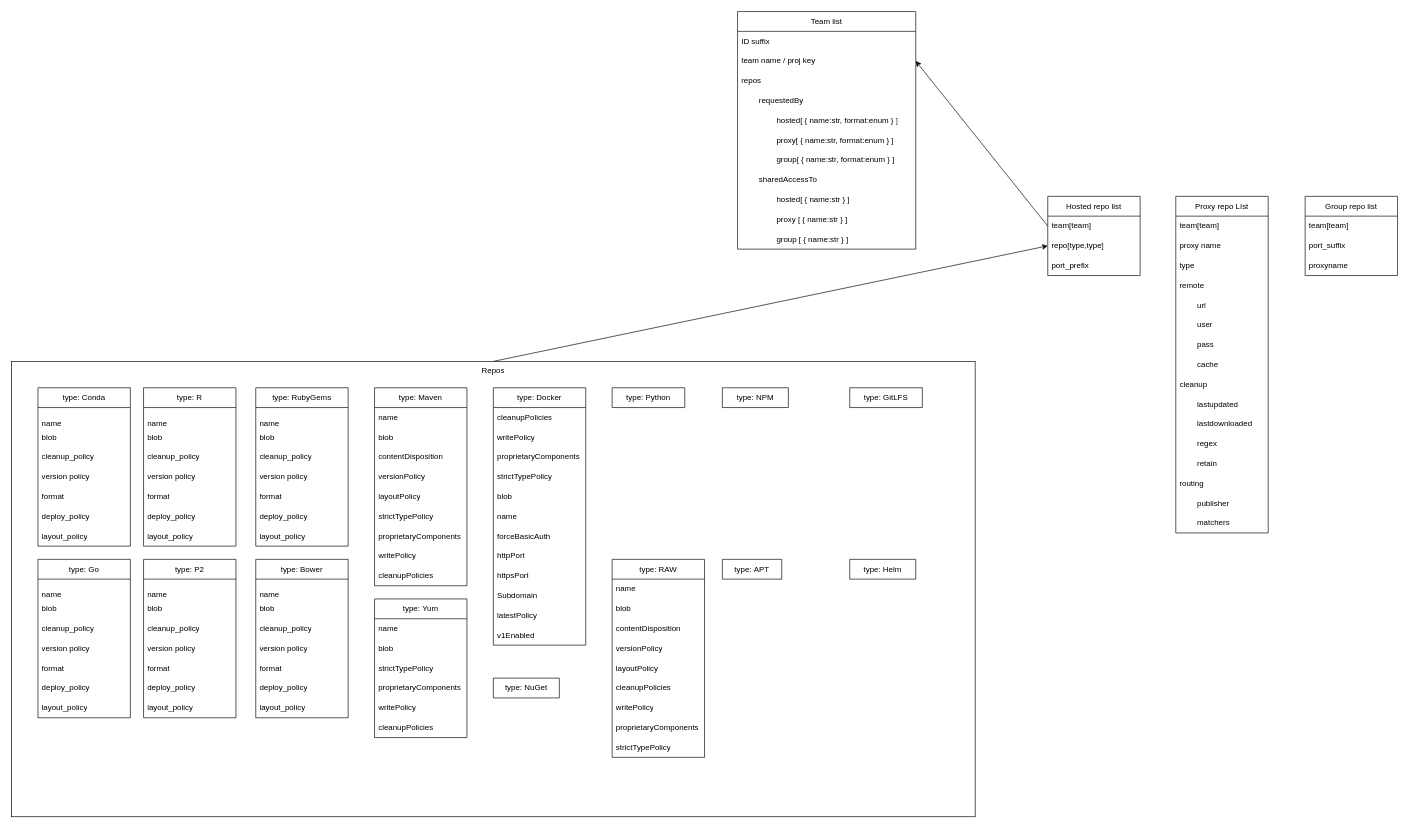
Before: nexus.drawio in CloudKrafter/nexus3-pro, a draw.io diagram. Source tidied: cells renumbered, new cells numbered last; positions are measured from the earlier drawing's top-left corner, leaving out a move shared by most shapes. Both pictures are drawn from the tidied source at 66%, with x=0, y=0 at pixel (11, 11).
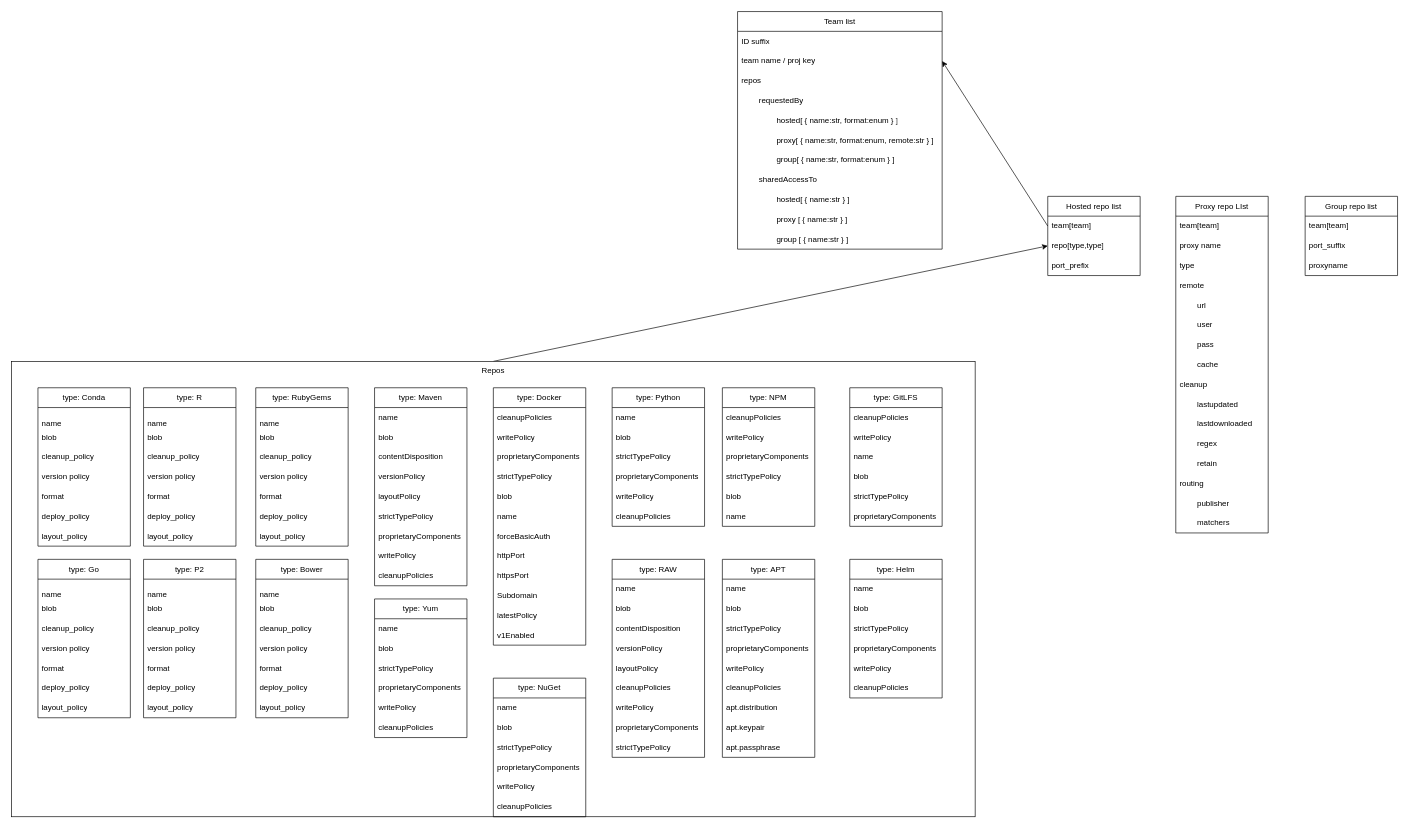
Above is the later version.

Change to the diagram source:
```diff
@@
-    <mxCell id="52" value="type:&amp;nbsp;Python" style="swimlane;fontStyle=0;horizontal=1;startSize=30;whiteSpace=wrap;html=1;" parent="1" vertex="1" collapsed="1">
-      <mxGeometry x="910" y="570" width="110" height="30" as="geometry" />
+    <mxCell id="52" value="type:&amp;nbsp;Python" style="swimlane;fontStyle=0;horizontal=1;startSize=30;whiteSpace=wrap;html=1;" parent="1" vertex="1">
+      <mxGeometry x="910" y="570" width="140" height="210" as="geometry" />
     </mxCell>
+    <mxCell id="136" value="name" style="text;strokeColor=none;fillColor=none;align=left;verticalAlign=middle;spacingLeft=4;spacingRight=4;overflow=hidden;whiteSpace=wrap;html=1;" parent="52" vertex="1">
+      <mxGeometry y="30" width="140" height="30" as="geometry" />
+    </mxCell>
+    <mxCell id="137" value="blob" style="text;strokeColor=none;fillColor=none;align=left;verticalAlign=middle;spacingLeft=4;spacingRight=4;overflow=hidden;whiteSpace=wrap;html=1;" parent="52" vertex="1">
+      <mxGeometry y="60" width="140" height="30" as="geometry" />
+    </mxCell>
+    <mxCell id="138" value="strictTypePolicy" style="text;strokeColor=none;fillColor=none;align=left;verticalAlign=middle;spacingLeft=4;spacingRight=4;overflow=hidden;whiteSpace=wrap;html=1;" parent="52" vertex="1">
+      <mxGeometry y="90" width="140" height="30" as="geometry" />
+    </mxCell>
+    <mxCell id="139" value="proprietaryComponents" style="text;strokeColor=none;fillColor=none;align=left;verticalAlign=middle;spacingLeft=4;spacingRight=4;overflow=hidden;whiteSpace=wrap;html=1;" parent="52" vertex="1">
+      <mxGeometry y="120" width="140" height="30" as="geometry" />
+    </mxCell>
+    <mxCell id="140" value="writePolicy" style="text;strokeColor=none;fillColor=none;align=left;verticalAlign=middle;spacingLeft=4;spacingRight=4;overflow=hidden;whiteSpace=wrap;html=1;" parent="52" vertex="1">
+      <mxGeometry y="150" width="140" height="30" as="geometry" />
+    </mxCell>
+    <mxCell id="141" value="cleanupPolicies" style="text;strokeColor=none;fillColor=none;align=left;verticalAlign=middle;spacingLeft=4;spacingRight=4;overflow=hidden;whiteSpace=wrap;html=1;" parent="52" vertex="1">
+      <mxGeometry y="180" width="140" height="30" as="geometry" />
+    </mxCell>
-    <mxCell id="53" value="type:&amp;nbsp;NuGet" style="swimlane;fontStyle=0;horizontal=1;startSize=30;whiteSpace=wrap;html=1;" parent="1" vertex="1" collapsed="1">
-      <mxGeometry x="730" y="1010" width="100" height="30" as="geometry" />
+    <mxCell id="53" value="type:&amp;nbsp;NuGet" style="swimlane;fontStyle=0;horizontal=1;startSize=30;whiteSpace=wrap;html=1;" parent="1" vertex="1">
+      <mxGeometry x="730" y="1010" width="140" height="210" as="geometry" />
     </mxCell>
+    <mxCell id="142" value="name" style="text;strokeColor=none;fillColor=none;align=left;verticalAlign=middle;spacingLeft=4;spacingRight=4;overflow=hidden;whiteSpace=wrap;html=1;" parent="53" vertex="1">
+      <mxGeometry y="30" width="140" height="30" as="geometry" />
+    </mxCell>
+    <mxCell id="143" value="blob" style="text;strokeColor=none;fillColor=none;align=left;verticalAlign=middle;spacingLeft=4;spacingRight=4;overflow=hidden;whiteSpace=wrap;html=1;" parent="53" vertex="1">
+      <mxGeometry y="60" width="140" height="30" as="geometry" />
+    </mxCell>
+    <mxCell id="144" value="strictTypePolicy" style="text;strokeColor=none;fillColor=none;align=left;verticalAlign=middle;spacingLeft=4;spacingRight=4;overflow=hidden;whiteSpace=wrap;html=1;" parent="53" vertex="1">
+      <mxGeometry y="90" width="140" height="30" as="geometry" />
+    </mxCell>
+    <mxCell id="145" value="proprietaryComponents" style="text;strokeColor=none;fillColor=none;align=left;verticalAlign=middle;spacingLeft=4;spacingRight=4;overflow=hidden;whiteSpace=wrap;html=1;" parent="53" vertex="1">
+      <mxGeometry y="120" width="140" height="30" as="geometry" />
+    </mxCell>
+    <mxCell id="146" value="writePolicy" style="text;strokeColor=none;fillColor=none;align=left;verticalAlign=middle;spacingLeft=4;spacingRight=4;overflow=hidden;whiteSpace=wrap;html=1;" parent="53" vertex="1">
+      <mxGeometry y="150" width="140" height="30" as="geometry" />
+    </mxCell>
+    <mxCell id="147" value="cleanupPolicies" style="text;strokeColor=none;fillColor=none;align=left;verticalAlign=middle;spacingLeft=4;spacingRight=4;overflow=hidden;whiteSpace=wrap;html=1;" parent="53" vertex="1">
+      <mxGeometry y="180" width="140" height="30" as="geometry" />
+    </mxCell>
@@
-    <mxCell id="80" value="type:&amp;nbsp;NPM" style="swimlane;fontStyle=0;horizontal=1;startSize=30;whiteSpace=wrap;html=1;" parent="1" vertex="1" collapsed="1">
-      <mxGeometry x="1077" y="570" width="100" height="30" as="geometry" />
+    <mxCell id="80" value="type:&amp;nbsp;NPM" style="swimlane;fontStyle=0;horizontal=1;startSize=30;whiteSpace=wrap;html=1;" parent="1" vertex="1">
+      <mxGeometry x="1077" y="570" width="140" height="210" as="geometry" />
     </mxCell>
+    <mxCell id="148" value="cleanupPolicies" style="text;strokeColor=none;fillColor=none;align=left;verticalAlign=middle;spacingLeft=4;spacingRight=4;overflow=hidden;whiteSpace=wrap;html=1;" parent="80" vertex="1">
+      <mxGeometry y="30" width="140" height="30" as="geometry" />
+    </mxCell>
+    <mxCell id="149" value="writePolicy" style="text;strokeColor=none;fillColor=none;align=left;verticalAlign=middle;spacingLeft=4;spacingRight=4;overflow=hidden;whiteSpace=wrap;html=1;" parent="80" vertex="1">
+      <mxGeometry y="60" width="140" height="30" as="geometry" />
+    </mxCell>
+    <mxCell id="150" value="proprietaryComponents" style="text;strokeColor=none;fillColor=none;align=left;verticalAlign=middle;spacingLeft=4;spacingRight=4;overflow=hidden;whiteSpace=wrap;html=1;" parent="80" vertex="1">
+      <mxGeometry y="90" width="140" height="30" as="geometry" />
+    </mxCell>
+    <mxCell id="151" value="strictTypePolicy" style="text;strokeColor=none;fillColor=none;align=left;verticalAlign=middle;spacingLeft=4;spacingRight=4;overflow=hidden;whiteSpace=wrap;html=1;" parent="80" vertex="1">
+      <mxGeometry y="120" width="140" height="30" as="geometry" />
+    </mxCell>
+    <mxCell id="152" value="blob" style="text;strokeColor=none;fillColor=none;align=left;verticalAlign=middle;spacingLeft=4;spacingRight=4;overflow=hidden;whiteSpace=wrap;html=1;" parent="80" vertex="1">
+      <mxGeometry y="150" width="140" height="30" as="geometry" />
+    </mxCell>
+    <mxCell id="153" value="name" style="text;strokeColor=none;fillColor=none;align=left;verticalAlign=middle;spacingLeft=4;spacingRight=4;overflow=hidden;whiteSpace=wrap;html=1;" parent="80" vertex="1">
+      <mxGeometry y="180" width="140" height="30" as="geometry" />
+    </mxCell>
-    <mxCell id="81" value="type:&amp;nbsp;GitLFS" style="swimlane;fontStyle=0;horizontal=1;startSize=30;whiteSpace=wrap;html=1;" parent="1" vertex="1" collapsed="1">
-      <mxGeometry x="1270" y="570" width="110" height="30" as="geometry" />
+    <mxCell id="81" value="type:&amp;nbsp;GitLFS" style="swimlane;fontStyle=0;horizontal=1;startSize=30;whiteSpace=wrap;html=1;" parent="1" vertex="1">
+      <mxGeometry x="1270" y="570" width="140" height="210" as="geometry" />
     </mxCell>
+    <mxCell id="154" value="cleanupPolicies" style="text;strokeColor=none;fillColor=none;align=left;verticalAlign=middle;spacingLeft=4;spacingRight=4;overflow=hidden;whiteSpace=wrap;html=1;" parent="81" vertex="1">
+      <mxGeometry y="30" width="140" height="30" as="geometry" />
+    </mxCell>
+    <mxCell id="155" value="writePolicy" style="text;strokeColor=none;fillColor=none;align=left;verticalAlign=middle;spacingLeft=4;spacingRight=4;overflow=hidden;whiteSpace=wrap;html=1;" parent="81" vertex="1">
+      <mxGeometry y="60" width="140" height="30" as="geometry" />
+    </mxCell>
+    <mxCell id="156" value="name" style="text;strokeColor=none;fillColor=none;align=left;verticalAlign=middle;spacingLeft=4;spacingRight=4;overflow=hidden;whiteSpace=wrap;html=1;" parent="81" vertex="1">
+      <mxGeometry y="90" width="140" height="30" as="geometry" />
+    </mxCell>
+    <mxCell id="157" value="blob" style="text;strokeColor=none;fillColor=none;align=left;verticalAlign=middle;spacingLeft=4;spacingRight=4;overflow=hidden;whiteSpace=wrap;html=1;" parent="81" vertex="1">
+      <mxGeometry y="120" width="140" height="30" as="geometry" />
+    </mxCell>
+    <mxCell id="158" value="strictTypePolicy" style="text;strokeColor=none;fillColor=none;align=left;verticalAlign=middle;spacingLeft=4;spacingRight=4;overflow=hidden;whiteSpace=wrap;html=1;" parent="81" vertex="1">
+      <mxGeometry y="150" width="140" height="30" as="geometry" />
+    </mxCell>
+    <mxCell id="159" value="proprietaryComponents" style="text;strokeColor=none;fillColor=none;align=left;verticalAlign=middle;spacingLeft=4;spacingRight=4;overflow=hidden;whiteSpace=wrap;html=1;" parent="81" vertex="1">
+      <mxGeometry y="180" width="140" height="30" as="geometry" />
+    </mxCell>
@@
-    <mxCell id="89" value="type:&amp;nbsp;APT" style="swimlane;fontStyle=0;horizontal=1;startSize=30;whiteSpace=wrap;html=1;" parent="1" vertex="1" collapsed="1">
-      <mxGeometry x="1077" y="830" width="90" height="30" as="geometry" />
+    <mxCell id="89" value="type:&amp;nbsp;APT" style="swimlane;fontStyle=0;horizontal=1;startSize=30;whiteSpace=wrap;html=1;" parent="1" vertex="1">
+      <mxGeometry x="1077" y="830" width="140" height="300" as="geometry" />
     </mxCell>
+    <mxCell id="160" value="name" style="text;strokeColor=none;fillColor=none;align=left;verticalAlign=middle;spacingLeft=4;spacingRight=4;overflow=hidden;whiteSpace=wrap;html=1;" parent="89" vertex="1">
+      <mxGeometry y="30" width="140" height="30" as="geometry" />
+    </mxCell>
+    <mxCell id="161" value="blob" style="text;strokeColor=none;fillColor=none;align=left;verticalAlign=middle;spacingLeft=4;spacingRight=4;overflow=hidden;whiteSpace=wrap;html=1;" parent="89" vertex="1">
+      <mxGeometry y="60" width="140" height="30" as="geometry" />
+    </mxCell>
+    <mxCell id="162" value="strictTypePolicy" style="text;strokeColor=none;fillColor=none;align=left;verticalAlign=middle;spacingLeft=4;spacingRight=4;overflow=hidden;whiteSpace=wrap;html=1;" parent="89" vertex="1">
+      <mxGeometry y="90" width="140" height="30" as="geometry" />
+    </mxCell>
+    <mxCell id="163" value="proprietaryComponents" style="text;strokeColor=none;fillColor=none;align=left;verticalAlign=middle;spacingLeft=4;spacingRight=4;overflow=hidden;whiteSpace=wrap;html=1;" parent="89" vertex="1">
+      <mxGeometry y="120" width="140" height="30" as="geometry" />
+    </mxCell>
+    <mxCell id="164" value="writePolicy" style="text;strokeColor=none;fillColor=none;align=left;verticalAlign=middle;spacingLeft=4;spacingRight=4;overflow=hidden;whiteSpace=wrap;html=1;" parent="89" vertex="1">
+      <mxGeometry y="150" width="140" height="30" as="geometry" />
+    </mxCell>
+    <mxCell id="165" value="cleanupPolicies" style="text;strokeColor=none;fillColor=none;align=left;verticalAlign=middle;spacingLeft=4;spacingRight=4;overflow=hidden;whiteSpace=wrap;html=1;" parent="89" vertex="1">
+      <mxGeometry y="180" width="140" height="30" as="geometry" />
+    </mxCell>
+    <mxCell id="166" value="apt.distribution" style="text;strokeColor=none;fillColor=none;align=left;verticalAlign=middle;spacingLeft=4;spacingRight=4;overflow=hidden;whiteSpace=wrap;html=1;" parent="89" vertex="1">
+      <mxGeometry y="210" width="140" height="30" as="geometry" />
+    </mxCell>
+    <mxCell id="167" value="apt.keypair" style="text;strokeColor=none;fillColor=none;align=left;verticalAlign=middle;spacingLeft=4;spacingRight=4;overflow=hidden;whiteSpace=wrap;html=1;" parent="89" vertex="1">
+      <mxGeometry y="240" width="140" height="30" as="geometry" />
+    </mxCell>
+    <mxCell id="168" value="apt.passphrase" style="text;strokeColor=none;fillColor=none;align=left;verticalAlign=middle;spacingLeft=4;spacingRight=4;overflow=hidden;whiteSpace=wrap;html=1;" parent="89" vertex="1">
+      <mxGeometry y="270" width="140" height="30" as="geometry" />
+    </mxCell>
-    <mxCell id="90" value="type:&amp;nbsp;Helm" style="swimlane;fontStyle=0;horizontal=1;startSize=30;whiteSpace=wrap;html=1;" parent="1" vertex="1" collapsed="1">
-      <mxGeometry x="1270" y="830" width="100" height="30" as="geometry" />
+    <mxCell id="90" value="type:&amp;nbsp;Helm" style="swimlane;fontStyle=0;horizontal=1;startSize=30;whiteSpace=wrap;html=1;" parent="1" vertex="1">
+      <mxGeometry x="1270" y="830" width="140" height="210" as="geometry" />
     </mxCell>
+    <mxCell id="169" value="name" style="text;strokeColor=none;fillColor=none;align=left;verticalAlign=middle;spacingLeft=4;spacingRight=4;overflow=hidden;whiteSpace=wrap;html=1;" parent="90" vertex="1">
+      <mxGeometry y="30" width="140" height="30" as="geometry" />
+    </mxCell>
+    <mxCell id="170" value="blob" style="text;strokeColor=none;fillColor=none;align=left;verticalAlign=middle;spacingLeft=4;spacingRight=4;overflow=hidden;whiteSpace=wrap;html=1;" parent="90" vertex="1">
+      <mxGeometry y="60" width="140" height="30" as="geometry" />
+    </mxCell>
+    <mxCell id="171" value="strictTypePolicy" style="text;strokeColor=none;fillColor=none;align=left;verticalAlign=middle;spacingLeft=4;spacingRight=4;overflow=hidden;whiteSpace=wrap;html=1;" parent="90" vertex="1">
+      <mxGeometry y="90" width="140" height="30" as="geometry" />
+    </mxCell>
+    <mxCell id="172" value="proprietaryComponents" style="text;strokeColor=none;fillColor=none;align=left;verticalAlign=middle;spacingLeft=4;spacingRight=4;overflow=hidden;whiteSpace=wrap;html=1;" parent="90" vertex="1">
+      <mxGeometry y="120" width="140" height="30" as="geometry" />
+    </mxCell>
+    <mxCell id="173" value="writePolicy" style="text;strokeColor=none;fillColor=none;align=left;verticalAlign=middle;spacingLeft=4;spacingRight=4;overflow=hidden;whiteSpace=wrap;html=1;" parent="90" vertex="1">
+      <mxGeometry y="150" width="140" height="30" as="geometry" />
+    </mxCell>
+    <mxCell id="174" value="cleanupPolicies" style="text;strokeColor=none;fillColor=none;align=left;verticalAlign=middle;spacingLeft=4;spacingRight=4;overflow=hidden;whiteSpace=wrap;html=1;" parent="90" vertex="1">
+      <mxGeometry y="180" width="140" height="30" as="geometry" />
+    </mxCell>
@@
     <mxCell id="123" value="Team list" style="swimlane;fontStyle=0;horizontal=1;startSize=30;whiteSpace=wrap;html=1;" parent="1" vertex="1">
-      <mxGeometry x="1100" width="270" height="360" as="geometry" />
+      <mxGeometry x="1100" width="310" height="360" as="geometry" />
     </mxCell>
     <mxCell id="124" value="ID suffix" style="text;strokeColor=none;fillColor=none;align=left;verticalAlign=middle;spacingLeft=4;spacingRight=4;overflow=hidden;whiteSpace=wrap;html=1;" parent="123" vertex="1">
-      <mxGeometry y="30" width="270" height="30" as="geometry" />
+      <mxGeometry y="30" width="310" height="30" as="geometry" />
     </mxCell>
     <mxCell id="125" value="team name / proj key" style="text;strokeColor=none;fillColor=none;align=left;verticalAlign=middle;spacingLeft=4;spacingRight=4;overflow=hidden;points=[[0,0.5],[1,0.5]];portConstraint=eastwest;whiteSpace=wrap;html=1;" parent="123" vertex="1">
-      <mxGeometry y="60" width="270" height="30" as="geometry" />
+      <mxGeometry y="60" width="310" height="30" as="geometry" />
     </mxCell>
     <mxCell id="126" value="repos" style="text;strokeColor=none;fillColor=none;align=left;verticalAlign=middle;spacingLeft=4;spacingRight=4;overflow=hidden;whiteSpace=wrap;html=1;" parent="123" vertex="1">
-      <mxGeometry y="90" width="270" height="30" as="geometry" />
+      <mxGeometry y="90" width="310" height="30" as="geometry" />
     </mxCell>
     <mxCell id="127" value="&lt;span style=&quot;white-space: pre;&quot;&gt;&#9;&lt;/span&gt;requestedBy" style="text;strokeColor=none;fillColor=none;align=left;verticalAlign=middle;spacingLeft=4;spacingRight=4;overflow=hidden;whiteSpace=wrap;html=1;" parent="123" vertex="1">
-      <mxGeometry y="120" width="270" height="30" as="geometry" />
+      <mxGeometry y="120" width="310" height="30" as="geometry" />
     </mxCell>
     <mxCell id="128" value="&lt;span style=&quot;white-space: pre;&quot;&gt;&#9;&lt;/span&gt;&lt;span style=&quot;white-space: pre;&quot;&gt;&#9;&lt;/span&gt;hosted[ { name:str, format:enum } ]" style="text;strokeColor=none;fillColor=none;align=left;verticalAlign=middle;spacingLeft=4;spacingRight=4;overflow=hidden;whiteSpace=wrap;html=1;" parent="123" vertex="1">
-      <mxGeometry y="150" width="270" height="30" as="geometry" />
+      <mxGeometry y="150" width="310" height="30" as="geometry" />
     </mxCell>
-    <mxCell id="129" value="&lt;span style=&quot;&quot;&gt;&#9;&lt;/span&gt;&lt;span style=&quot;&quot;&gt;&#9;&lt;/span&gt;&lt;span style=&quot;white-space: pre;&quot;&gt;&#9;&lt;/span&gt;&lt;span style=&quot;white-space: pre;&quot;&gt;&#9;&lt;/span&gt;proxy[ { name:str, format:enum } ]" style="text;strokeColor=none;fillColor=none;align=left;verticalAlign=middle;spacingLeft=4;spacingRight=4;overflow=hidden;whiteSpace=wrap;html=1;" parent="123" vertex="1">
-      <mxGeometry y="180" width="270" height="30" as="geometry" />
+    <mxCell id="129" value="&lt;span style=&quot;&quot;&gt;&#9;&lt;/span&gt;&lt;span style=&quot;&quot;&gt;&#9;&lt;/span&gt;&lt;span style=&quot;white-space: pre;&quot;&gt;&#9;&lt;/span&gt;&lt;span style=&quot;white-space: pre;&quot;&gt;&#9;&lt;/span&gt;proxy[ { name:str, format:enum, remote:str } ]" style="text;strokeColor=none;fillColor=none;align=left;verticalAlign=middle;spacingLeft=4;spacingRight=4;overflow=hidden;whiteSpace=wrap;html=1;" parent="123" vertex="1">
+      <mxGeometry y="180" width="310" height="30" as="geometry" />
     </mxCell>
     <mxCell id="130" value="&lt;span style=&quot;&quot;&gt;&#9;&lt;/span&gt;&lt;span style=&quot;&quot;&gt;&#9;&lt;/span&gt;&lt;span style=&quot;white-space: pre;&quot;&gt;&#9;&lt;/span&gt;&lt;span style=&quot;white-space: pre;&quot;&gt;&#9;&lt;/span&gt;group[ { name:str, format:enum } ]" style="text;strokeColor=none;fillColor=none;align=left;verticalAlign=middle;spacingLeft=4;spacingRight=4;overflow=hidden;whiteSpace=wrap;html=1;" parent="123" vertex="1">
-      <mxGeometry y="210" width="270" height="30" as="geometry" />
+      <mxGeometry y="210" width="310" height="30" as="geometry" />
     </mxCell>
     <mxCell id="131" value="&lt;span style=&quot;white-space: pre;&quot;&gt;&#9;&lt;/span&gt;sharedAccessTo" style="text;strokeColor=none;fillColor=none;align=left;verticalAlign=middle;spacingLeft=4;spacingRight=4;overflow=hidden;whiteSpace=wrap;html=1;" parent="123" vertex="1">
-      <mxGeometry y="240" width="270" height="30" as="geometry" />
+      <mxGeometry y="240" width="310" height="30" as="geometry" />
     </mxCell>
     <mxCell id="132" value="&lt;span style=&quot;white-space: pre;&quot;&gt;&#9;&lt;/span&gt;&lt;span style=&quot;white-space: pre;&quot;&gt;&#9;&lt;/span&gt;hosted[ { name:str } ]" style="text;strokeColor=none;fillColor=none;align=left;verticalAlign=middle;spacingLeft=4;spacingRight=4;overflow=hidden;whiteSpace=wrap;html=1;" parent="123" vertex="1">
-      <mxGeometry y="270" width="270" height="30" as="geometry" />
+      <mxGeometry y="270" width="310" height="30" as="geometry" />
     </mxCell>
     <mxCell id="133" value="&lt;span style=&quot;&quot;&gt;&#9;&lt;/span&gt;&lt;span style=&quot;&quot;&gt;&#9;&lt;/span&gt;&lt;span style=&quot;white-space: pre;&quot;&gt;&#9;&lt;/span&gt;&lt;span style=&quot;white-space: pre;&quot;&gt;&#9;&lt;/span&gt;proxy&amp;nbsp;[ { name:str } ]" style="text;strokeColor=none;fillColor=none;align=left;verticalAlign=middle;spacingLeft=4;spacingRight=4;overflow=hidden;whiteSpace=wrap;html=1;" parent="123" vertex="1">
-      <mxGeometry y="300" width="270" height="30" as="geometry" />
+      <mxGeometry y="300" width="310" height="30" as="geometry" />
     </mxCell>
     <mxCell id="134" value="&lt;span style=&quot;&quot;&gt;&lt;span style=&quot;&quot;&gt;&#9;&lt;/span&gt;&#9;&lt;/span&gt;&lt;span style=&quot;&quot;&gt;&#9;&lt;/span&gt;&lt;span style=&quot;white-space: pre;&quot;&gt;&#9;&lt;/span&gt;&lt;span style=&quot;white-space: pre;&quot;&gt;&#9;&lt;/span&gt;group&amp;nbsp;[ { name:str } ]" style="text;strokeColor=none;fillColor=none;align=left;verticalAlign=middle;spacingLeft=4;spacingRight=4;overflow=hidden;whiteSpace=wrap;html=1;" parent="123" vertex="1">
-      <mxGeometry y="330" width="270" height="30" as="geometry" />
+      <mxGeometry y="330" width="310" height="30" as="geometry" />
     </mxCell>
```
